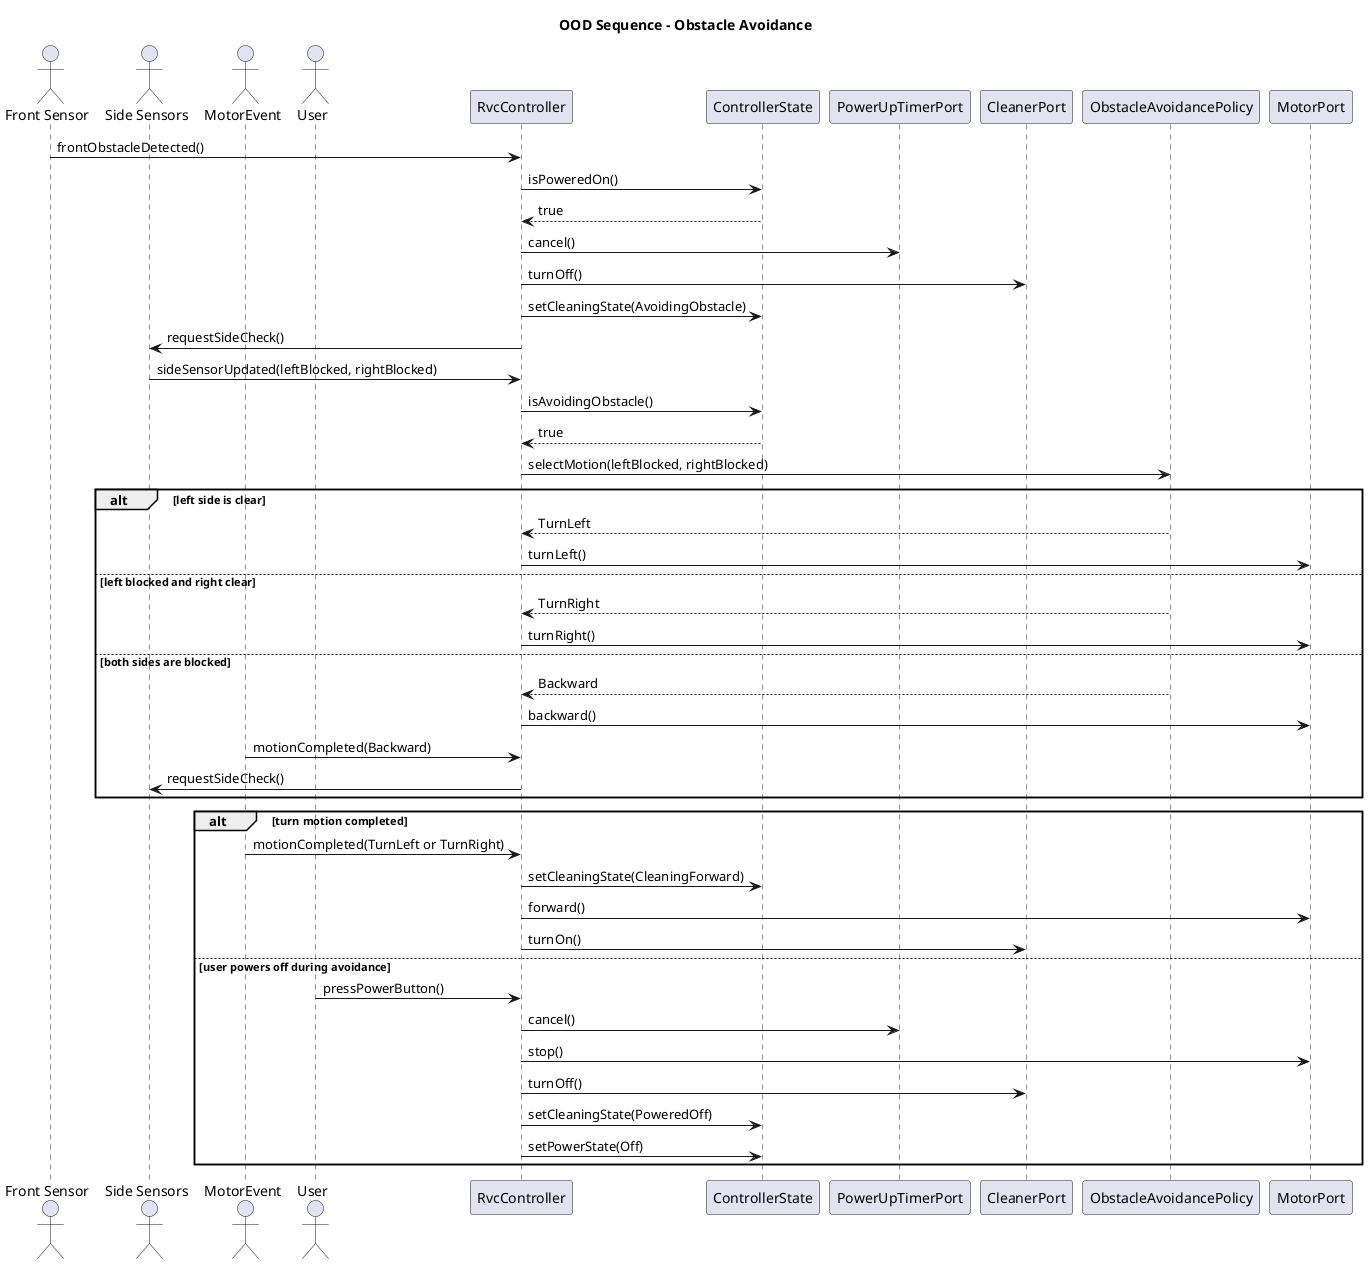
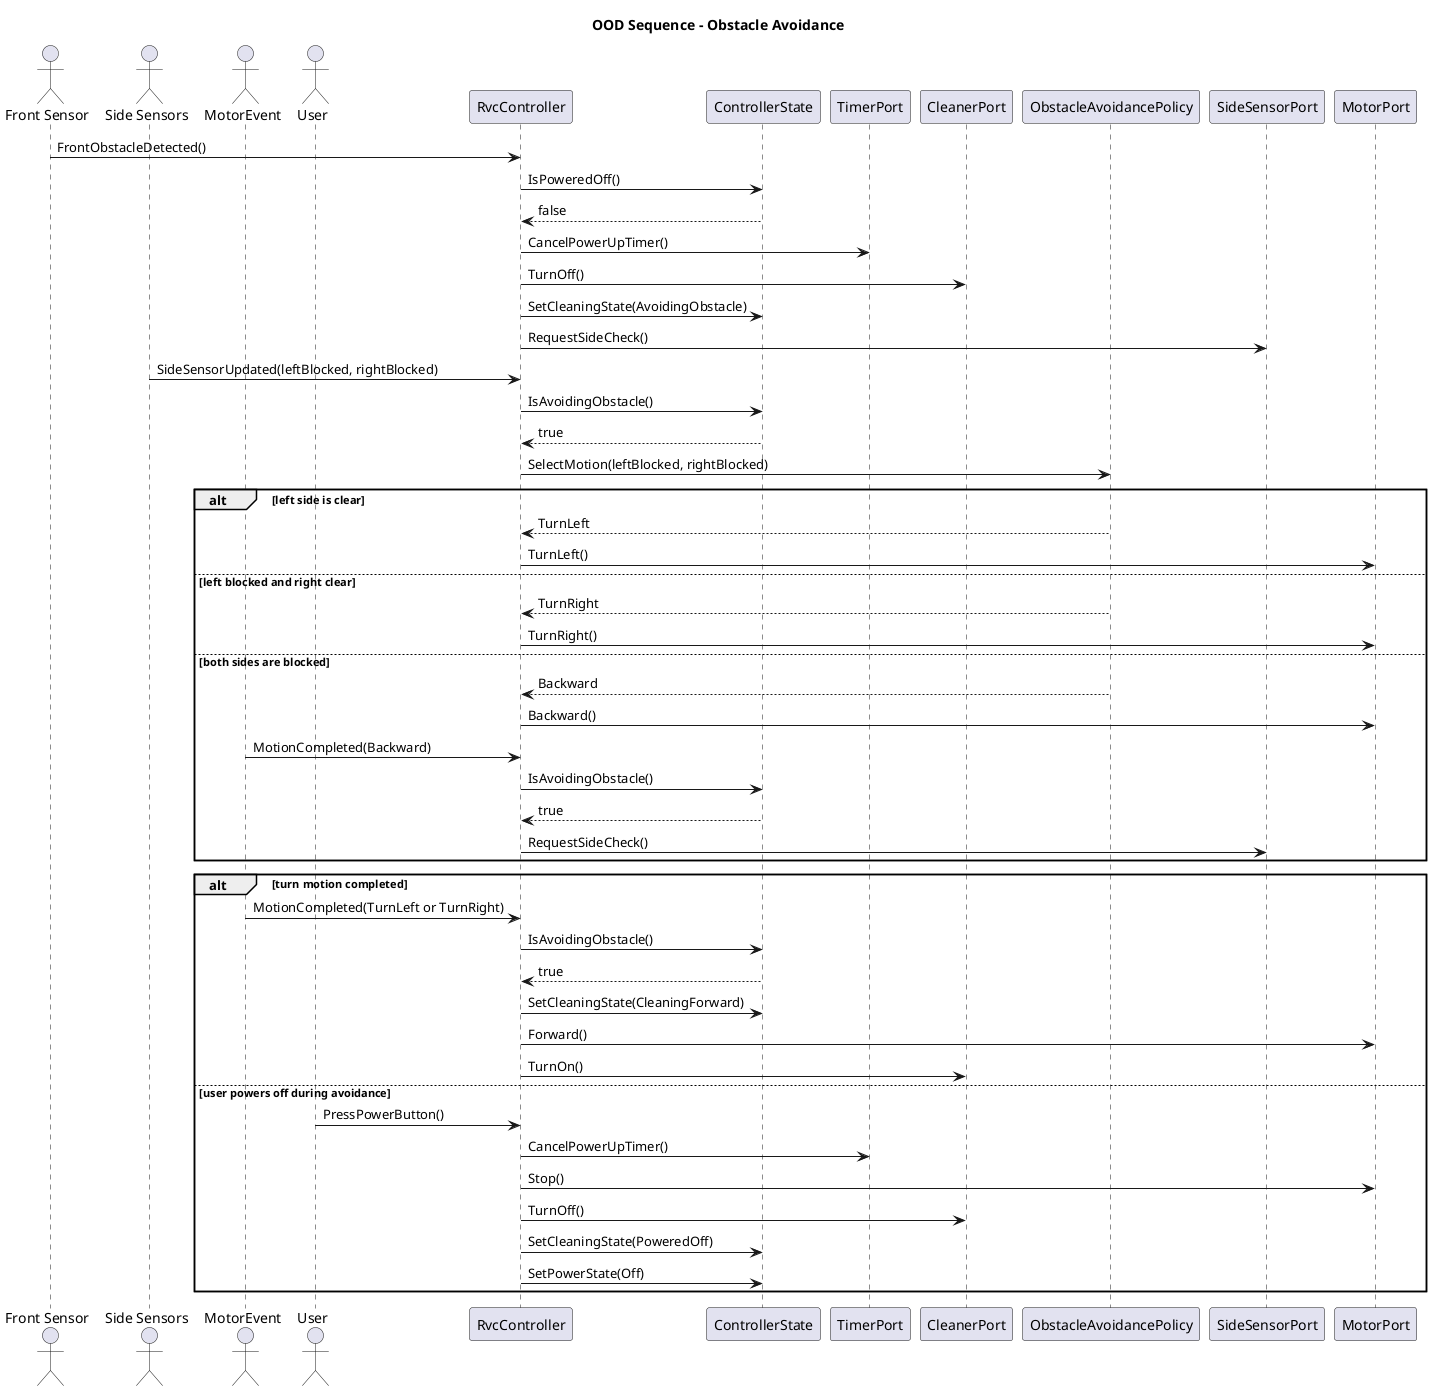
@startuml
title OOD Sequence - Obstacle Avoidance

actor "Front Sensor" as FrontSensor
actor "Side Sensors" as SideSensors
actor MotorEvent
actor User
participant "RvcController" as Controller
participant "ControllerState" as State
- participant "PowerUpTimerPort" as Timer
+ participant "TimerPort" as Timer
participant "CleanerPort" as Cleaner
participant "ObstacleAvoidancePolicy" as Policy
+ participant "SideSensorPort" as SideSensor
participant "MotorPort" as Motor

- FrontSensor -> Controller: frontObstacleDetected()
- Controller -> State: isPoweredOn()
+ FrontSensor -> Controller: FrontObstacleDetected()
+ Controller -> State: IsPoweredOff()
+ State --> Controller: false
+ Controller -> Timer: CancelPowerUpTimer()
+ Controller -> Cleaner: TurnOff()
+ Controller -> State: SetCleaningState(AvoidingObstacle)
+ Controller -> SideSensor: RequestSideCheck()
+ 
+ SideSensors -> Controller: SideSensorUpdated(leftBlocked, rightBlocked)
+ Controller -> State: IsAvoidingObstacle()
State --> Controller: true
- Controller -> Timer: cancel()
- Controller -> Cleaner: turnOff()
- Controller -> State: setCleaningState(AvoidingObstacle)
- Controller -> SideSensors: requestSideCheck()
- 
- SideSensors -> Controller: sideSensorUpdated(leftBlocked, rightBlocked)
- Controller -> State: isAvoidingObstacle()
- State --> Controller: true
- Controller -> Policy: selectMotion(leftBlocked, rightBlocked)
+ Controller -> Policy: SelectMotion(leftBlocked, rightBlocked)

alt left side is clear
  Policy --> Controller: TurnLeft
-   Controller -> Motor: turnLeft()
+   Controller -> Motor: TurnLeft()
else left blocked and right clear
  Policy --> Controller: TurnRight
-   Controller -> Motor: turnRight()
+   Controller -> Motor: TurnRight()
else both sides are blocked
  Policy --> Controller: Backward
-   Controller -> Motor: backward()
-   MotorEvent -> Controller: motionCompleted(Backward)
-   Controller -> SideSensors: requestSideCheck()
+   Controller -> Motor: Backward()
+   MotorEvent -> Controller: MotionCompleted(Backward)
+   Controller -> State: IsAvoidingObstacle()
+   State --> Controller: true
+   Controller -> SideSensor: RequestSideCheck()
end

alt turn motion completed
-   MotorEvent -> Controller: motionCompleted(TurnLeft or TurnRight)
-   Controller -> State: setCleaningState(CleaningForward)
-   Controller -> Motor: forward()
-   Controller -> Cleaner: turnOn()
+   MotorEvent -> Controller: MotionCompleted(TurnLeft or TurnRight)
+   Controller -> State: IsAvoidingObstacle()
+   State --> Controller: true
+   Controller -> State: SetCleaningState(CleaningForward)
+   Controller -> Motor: Forward()
+   Controller -> Cleaner: TurnOn()
else user powers off during avoidance
-   User -> Controller: pressPowerButton()
-   Controller -> Timer: cancel()
-   Controller -> Motor: stop()
-   Controller -> Cleaner: turnOff()
-   Controller -> State: setCleaningState(PoweredOff)
-   Controller -> State: setPowerState(Off)
+   User -> Controller: PressPowerButton()
+   Controller -> Timer: CancelPowerUpTimer()
+   Controller -> Motor: Stop()
+   Controller -> Cleaner: TurnOff()
+   Controller -> State: SetCleaningState(PoweredOff)
+   Controller -> State: SetPowerState(Off)
end
@enduml
